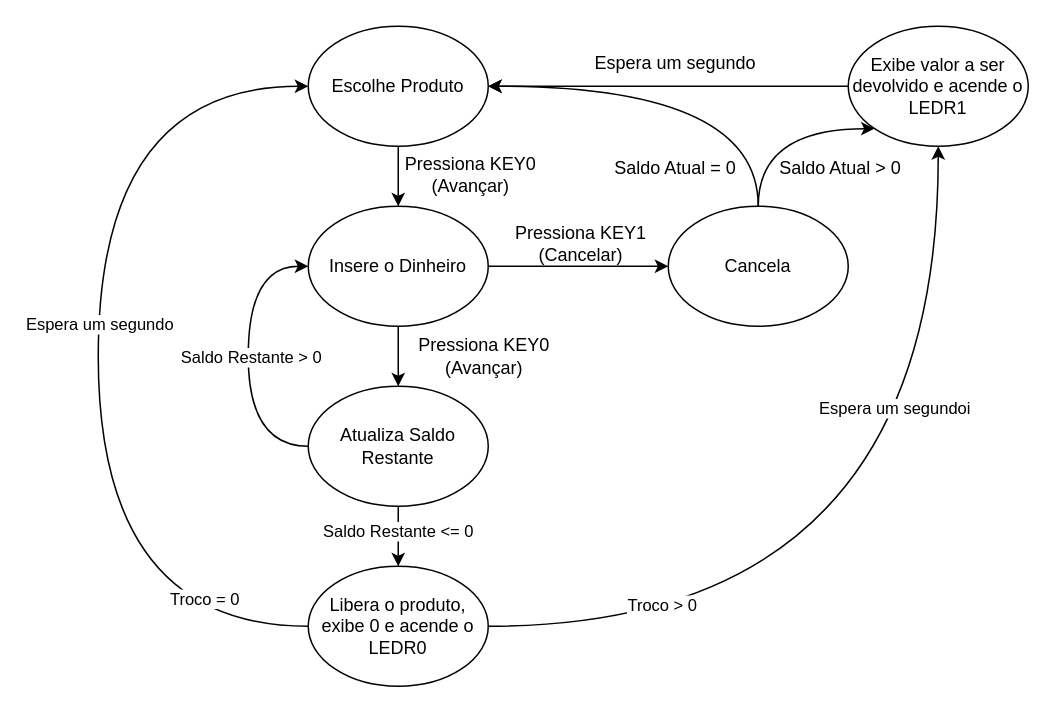
Before: P1/diagramas/diagramaEstados.drawio in caio-unicamp/MC613_Best_Group, a draw.io diagram. Source tidied: cells renumbered, new cells numbered last; positions are measured from the earlier drawing's top-left corner, leaving out a move shared by most shapes. Both pictures are drawn from the tidied source at 150%, with x=0, y=0 at pixel (98, 26).
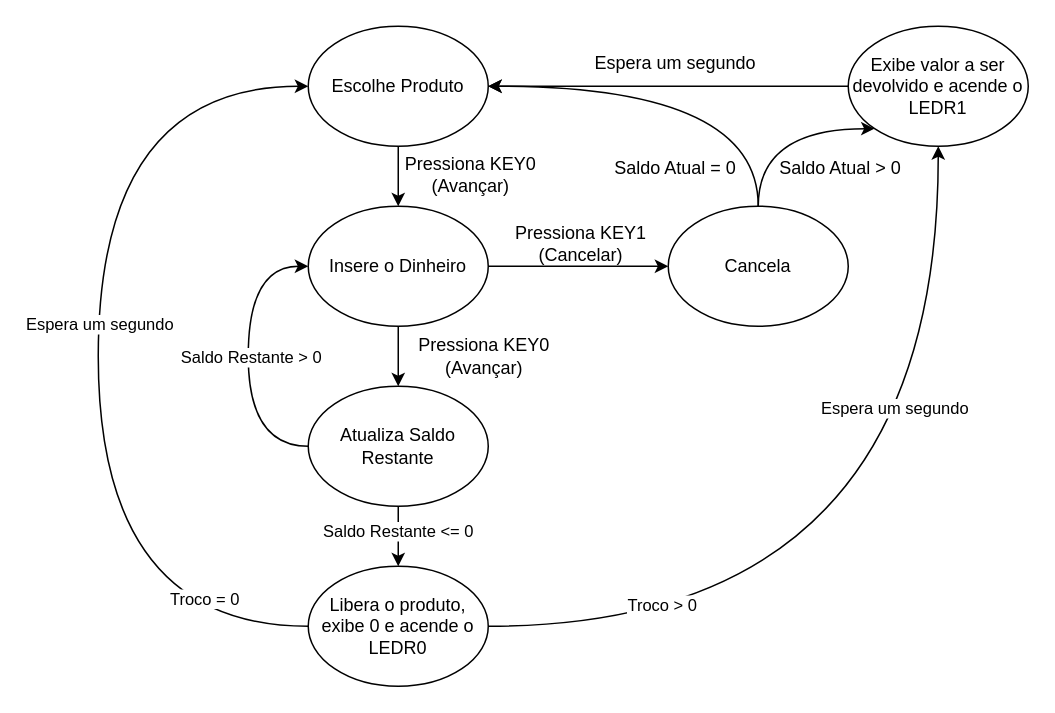
Above is the later version.

The change refers to these unchanged cells:
```xml
<mxCell id="7" style="edgeStyle=orthogonalEdgeStyle;rounded=0;jettySize=auto;html=1;exitX=1;exitY=0.5;exitDx=0;exitDy=0;entryX=0.5;entryY=1;entryDx=0;entryDy=0;curved=1;" parent="1" edge="1" source="13" target="15">
  <mxGeometry relative="1" as="geometry" />
</mxCell>
```

Change to the diagram source:
```diff
@@
-    <mxCell id="9" value="Espera um segundoi" style="edgeLabel;html=1;align=center;verticalAlign=middle;" parent="7" vertex="1">
+    <mxCell id="9" value="Espera um segundo" style="edgeLabel;html=1;align=center;verticalAlign=middle;" parent="7" vertex="1">
       <mxGeometry x="0.44" y="30" relative="1" as="geometry" />
     </mxCell>
```
